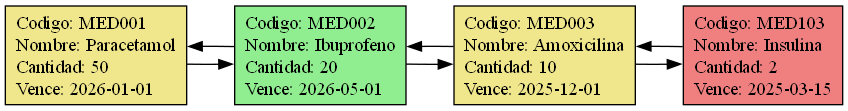
Above: Reportes/inventario.png in adilzon/EDD_1S2026_PY_201908076 (Graphviz), before the change. Its source is kept beside it as Reportes/inventario.dot. The source it was exported from:
```dot
digraph Inventario {
rankdir=LR;
node [shape=record, style=filled];
n0 [label="{Codigo: MED001\lNombre: Paracetamol\lCantidad: 50\lVence: 2026-01-01\l}", fillcolor="khaki"];
n0 -> n1;
n1 -> n0;
n1 [label="{Codigo: MED002\lNombre: Ibuprofeno\lCantidad: 20\lVence: 2026-05-01\l}", fillcolor="lightgreen"];
n1 -> n2;
n2 -> n1;
n2 [label="{Codigo: MED003\lNombre: Amoxicilina\lCantidad: 10\lVence: 2025-12-01\l}", fillcolor="khaki"];
n2 -> n3;
n3 -> n2;
n3 [label="{Codigo: MED103\lNombre: Insulina\lCantidad: 2\lVence: 2025-03-15\l}", fillcolor="lightcoral"];
}
```
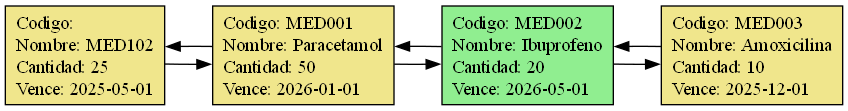
Above is the later version.

Change to the diagram source:
```diff
@@ -1,14 +1,14 @@
 digraph Inventario {
 rankdir=LR;
 node [shape=record, style=filled];
-n0 [label="{Codigo: MED001\lNombre: Paracetamol\lCantidad: 50\lVence: 2026-01-01\l}", fillcolor="khaki"];
+n0 [label="{Codigo: \lNombre: MED102\lCantidad: 25\lVence: 2025-05-01\l}", fillcolor="khaki"];
 n0 -> n1;
 n1 -> n0;
-n1 [label="{Codigo: MED002\lNombre: Ibuprofeno\lCantidad: 20\lVence: 2026-05-01\l}", fillcolor="lightgreen"];
+n1 [label="{Codigo: MED001\lNombre: Paracetamol\lCantidad: 50\lVence: 2026-01-01\l}", fillcolor="khaki"];
 n1 -> n2;
 n2 -> n1;
-n2 [label="{Codigo: MED003\lNombre: Amoxicilina\lCantidad: 10\lVence: 2025-12-01\l}", fillcolor="khaki"];
+n2 [label="{Codigo: MED002\lNombre: Ibuprofeno\lCantidad: 20\lVence: 2026-05-01\l}", fillcolor="lightgreen"];
 n2 -> n3;
 n3 -> n2;
-n3 [label="{Codigo: MED103\lNombre: Insulina\lCantidad: 2\lVence: 2025-03-15\l}", fillcolor="lightcoral"];
+n3 [label="{Codigo: MED003\lNombre: Amoxicilina\lCantidad: 10\lVence: 2025-12-01\l}", fillcolor="khaki"];
 }
```
